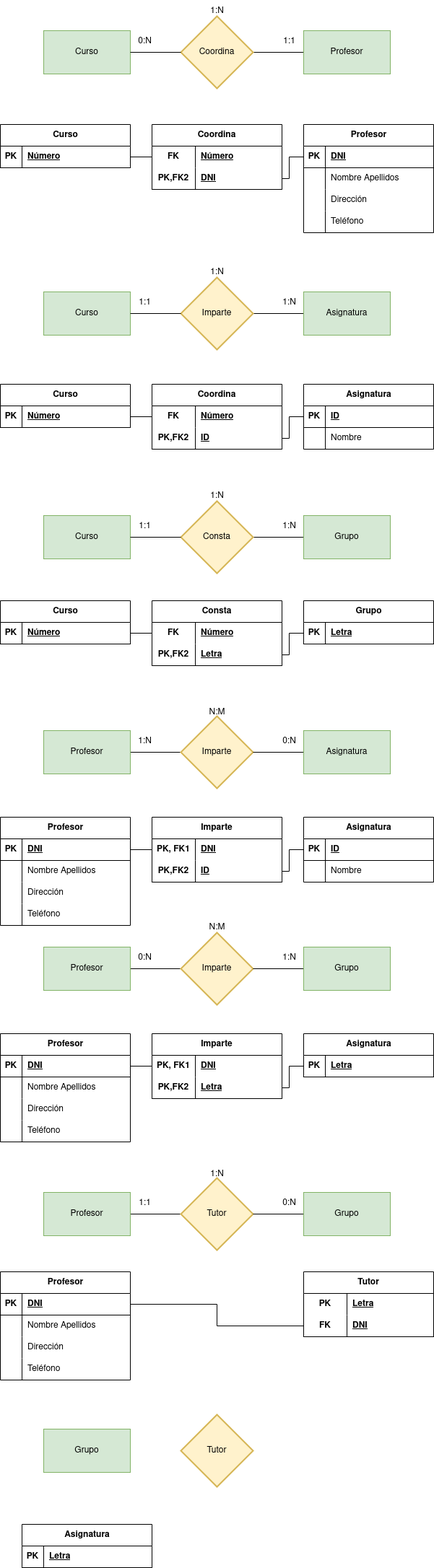
The draw.io diagram tareas 1/Ejercicio calificable docente (MR-2).drawio.png in GermanOjeda/base-datos, before a commit. Source tidied: cells renumbered, new cells last; positions are measured from the earlier drawing's top-left corner, leaving out a move shared by most shapes.
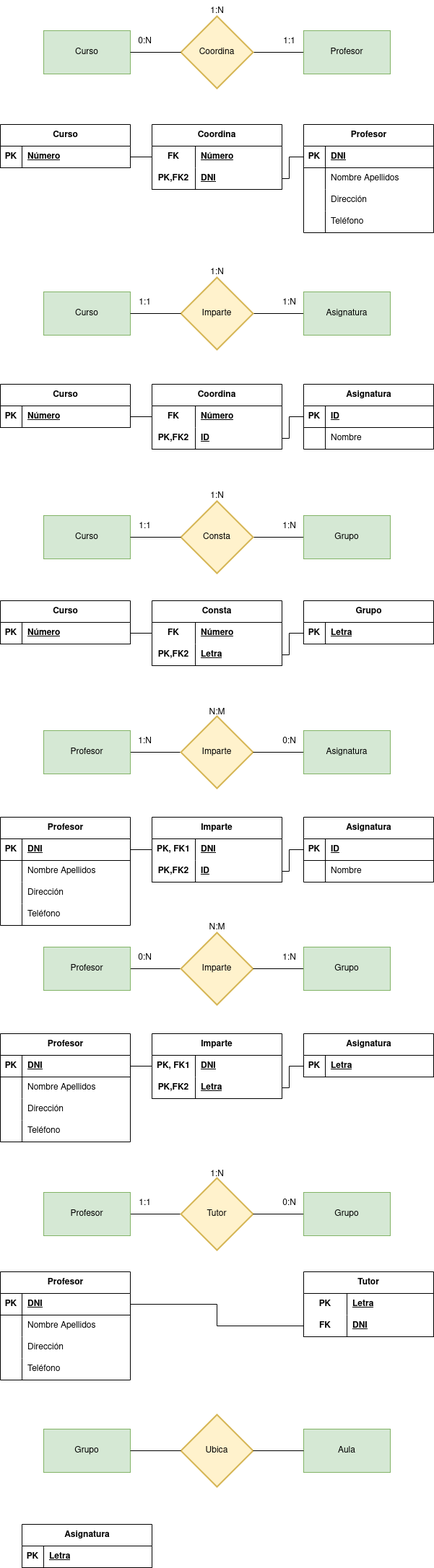
Later version of the same file.

Diff of the diagram source:
```diff
@@ -592,8 +592,17 @@
     <mxCell id="196" value="Letra" style="shape=partialRectangle;fillColor=none;top=0;left=0;bottom=0;right=0;align=left;spacingLeft=6;fontStyle=5;overflow=hidden;whiteSpace=wrap;html=1;" parent="194" vertex="1">
       <mxGeometry x="30" width="150" height="30" as="geometry" />
     </mxCell>
-    <mxCell id="197" value="Tutor" style="strokeWidth=2;html=1;shape=mxgraph.flowchart.decision;whiteSpace=wrap;fillColor=#fff2cc;strokeColor=#d6b656;" parent="1" vertex="1">
+    <mxCell id="197" value="Ubica" style="strokeWidth=2;html=1;shape=mxgraph.flowchart.decision;whiteSpace=wrap;fillColor=#fff2cc;strokeColor=#d6b656;" parent="1" vertex="1">
       <mxGeometry x="250" y="1960" width="100" height="100" as="geometry" />
     </mxCell>
+    <mxCell id="198" value="Aula" style="rounded=0;whiteSpace=wrap;html=1;fillColor=#d5e8d4;strokeColor=#82b366;" parent="1" vertex="1">
+      <mxGeometry x="420" y="1980" width="120" height="60" as="geometry" />
+    </mxCell>
+    <mxCell id="199" style="edgeStyle=orthogonalEdgeStyle;rounded=0;jettySize=auto;html=1;exitX=1;exitY=0.5;exitDx=0;exitDy=0;entryX=0;entryY=0.5;entryDx=0;entryDy=0;entryPerimeter=0;endArrow=none;endFill=0;" parent="1" edge="1" source="192" target="197">
+      <mxGeometry relative="1" as="geometry" />
+    </mxCell>
+    <mxCell id="200" style="edgeStyle=orthogonalEdgeStyle;rounded=0;jettySize=auto;html=1;exitX=0;exitY=0.5;exitDx=0;exitDy=0;entryX=1;entryY=0.5;entryDx=0;entryDy=0;entryPerimeter=0;endArrow=none;endFill=0;" parent="1" edge="1" source="198" target="197">
+      <mxGeometry relative="1" as="geometry" />
+    </mxCell>
   </root>
 </mxGraphModel>
```
